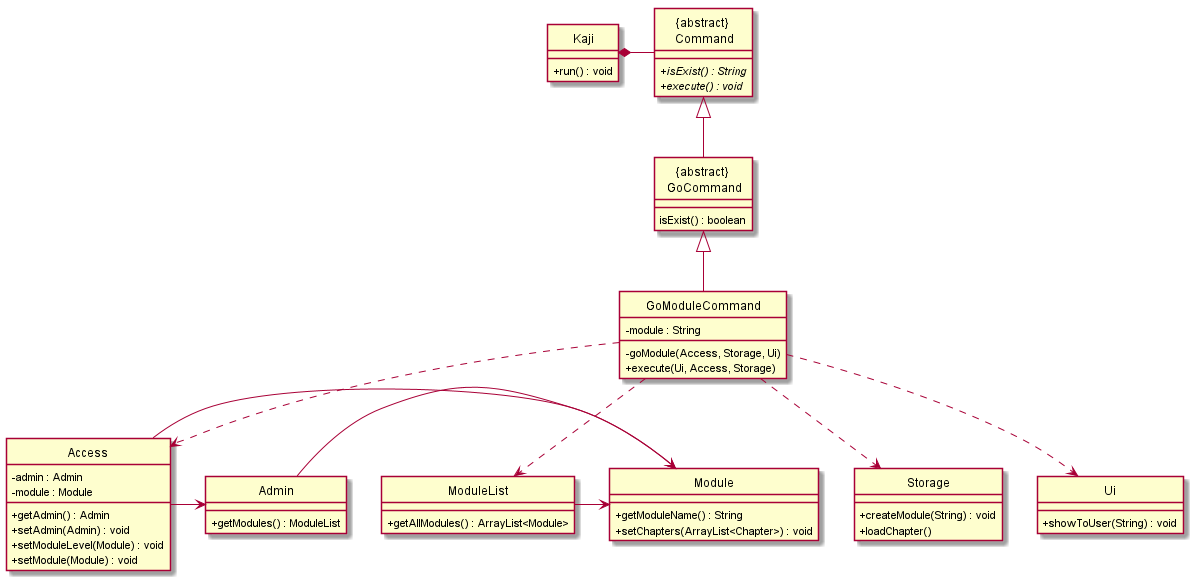
Above: docs/UML/AccessModuleCommandClass.png in nus-cs2113-AY2021S1/tp (PlantUML), before the change. Its diagram source:
```plantuml
@startuml

hide circle
skinparam classAttributeIconSize 0

class "{abstract} \n GoCommand"{
    isExist() : boolean
}

class "{abstract} \n Command"{
  + isExist() : String {abstract}
  + execute() : void {abstract}
}

class "Kaji" {
    + run() : void
}

class "Access" {
    - admin : Admin
    - module : Module
    + getAdmin() : Admin
    + setAdmin(Admin) : void
    + setModuleLevel(Module) : void
    + setModule(Module) : void
}

class "Admin" {
    + getModules() : ModuleList
}

class "Storage" {
    + createModule(String) : void
    + loadChapter()
}

class "ModuleList" {
    + getAllModules() : ArrayList<Module>
}

class "Module" {
    + getModuleName() : String
    + setChapters(ArrayList<Chapter>) : void
}

class "Ui" {
    + showToUser(String) : void
}

"{abstract} \n GoCommand" <|-- GoModuleCommand
GoModuleCommand : - module : String
GoModuleCommand : - goModule(Access, Storage, Ui)
GoModuleCommand : + execute(Ui, Access, Storage)

"{abstract} \n Command" <|-- "{abstract} \n GoCommand"

Kaji *- "{abstract} \n Command"

Access -> Module
Access -> Admin
Admin -> Module
ModuleList -> Module
GoModuleCommand ..> Access
GoModuleCommand ..> Storage
GoModuleCommand ..> ModuleList
GoModuleCommand ..> Ui


@enduml
```
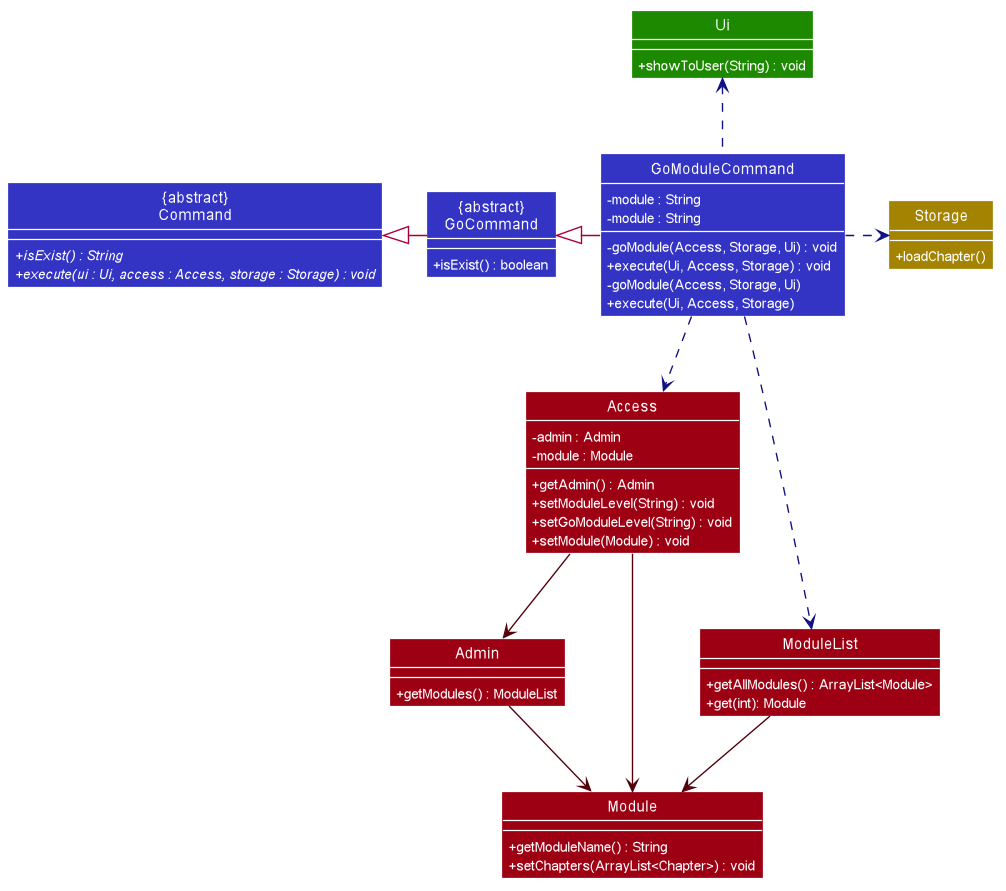
After the commit.

Commit message:
Modify the go module diagram

The edit, as a diff of the source:
```diff
@@ -1,69 +1,119 @@
 @startuml
 
-hide circle
-skinparam classAttributeIconSize 0
 
-class "{abstract} \n GoCommand"{
-    isExist() : boolean
+
+
+
+
+
+
+skinparam BackgroundColor #FFFFFFF
+
+skinparam Shadowing false
+
+skinparam Class {
+    FontColor #FFFFFF
+    BorderThickness 1
+    BorderColor #FFFFFF
+    StereotypeFontColor #FFFFFF
+    FontName Arial
 }
 
-class "{abstract} \n Command"{
-  + isExist() : String {abstract}
-  + execute() : void {abstract}
+skinparam Actor {
+    BorderColor #000000
+    Color #000000
+    FontName Arial
 }
 
-class "Kaji" {
-    + run() : void
+skinparam Sequence {
+    MessageAlign center
+    BoxFontSize 15
+    BoxPadding 0
+    BoxFontColor #FFFFFF
+    FontName Arial
 }
 
-class "Access" {
+skinparam Participant {
+    FontColor #FFFFFFF
+    Padding 20
+}
+
+skinparam MinClassWidth 50
+skinparam ParticipantPadding 10
+skinparam Shadowing false
+skinparam DefaultTextAlignment center
+skinparam packageStyle Rectangle
+skinparam classAttributeIconSize 0
+skinparam classAttributeFontColor white
+
+hide footbox
+hide members
+hide circle
+show member
+skinparam arrowThickness 1.1
+
+Class "{abstract}\nGoCommand" as GoCommand #3333C4 {
+  + isExist() : boolean
+}
+
+Class "{abstract}\nCommand" as Command #3333C4 {
+  + {abstract} isExist() : String
+  + {abstract} execute(ui : Ui, access : Access, storage : Storage) : void
+}
+
+Class Access #9D0012 {
     - admin : Admin
     - module : Module
     + getAdmin() : Admin
-    + setAdmin(Admin) : void
-    + setModuleLevel(Module) : void
+    + setModuleLevel(String) : void
+    + setGoModuleLevel(String) : void
     + setModule(Module) : void
 }
 
-class "Admin" {
+Class Admin #9D0012 {
     + getModules() : ModuleList
 }
 
-class "Storage" {
-    + createModule(String) : void
+Class Storage #A38300 {
     + loadChapter()
 }
 
-class "ModuleList" {
+Class ModuleList #9D0012{
     + getAllModules() : ArrayList<Module>
+    + get(int): Module
 }
 
-class "Module" {
+Class Module #9D0012 {
     + getModuleName() : String
     + setChapters(ArrayList<Chapter>) : void
 }
 
-class "Ui" {
+Class Ui #1D8900 {
     + showToUser(String) : void
 }
 
-"{abstract} \n GoCommand" <|-- GoModuleCommand
+Class GoModuleCommand #3333C4 {
+    - module : String
+    - goModule(Access, Storage, Ui) : void
+    + execute(Ui, Access, Storage) : void
+}
+
+GoCommand <|-right- GoModuleCommand
 GoModuleCommand : - module : String
 GoModuleCommand : - goModule(Access, Storage, Ui)
 GoModuleCommand : + execute(Ui, Access, Storage)
 
-"{abstract} \n Command" <|-- "{abstract} \n GoCommand"
+Command <|-right- GoCommand
 
-Kaji *- "{abstract} \n Command"
+GoModuleCommand .down[#101086].> Access
+GoModuleCommand .right[#101086].> Storage
+GoModuleCommand .down[#101086].> ModuleList
+GoModuleCommand .up[#101086].> Ui
 
-Access -> Module
-Access -> Admin
-Admin -> Module
-ModuleList -> Module
-GoModuleCommand ..> Access
-GoModuleCommand ..> Storage
-GoModuleCommand ..> ModuleList
-GoModuleCommand ..> Ui
+Access -[#51000A]-> Module
+Access -down[#51000A]-> Admin
+Admin -down[#51000A]-> Module
+ModuleList -[#51000A]-> Module
 
 
 @enduml
```
